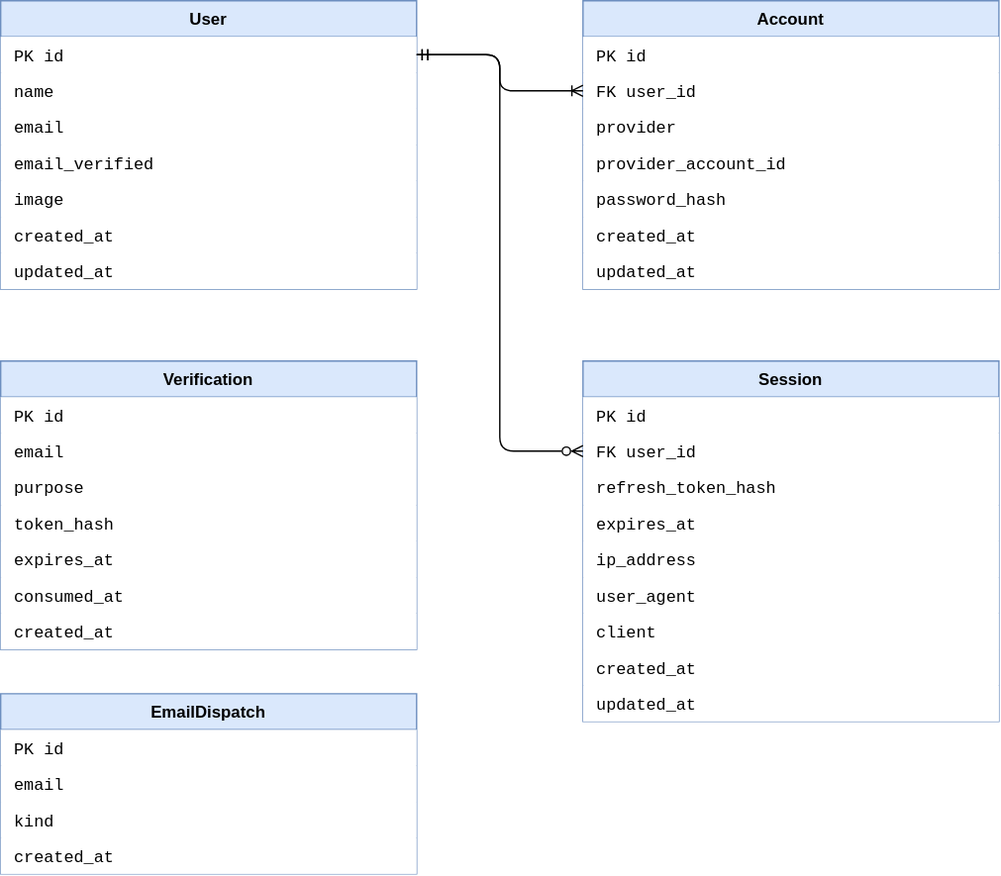
This is docs/data-model/diagrams/logical.drawio.svg from TheoOdawara/clinicore, a draw.io export, as it was before one commit. Source tidied: cells renumbered, new cells last; positions are measured from the earlier drawing's top-left corner, leaving out a move shared by most shapes.
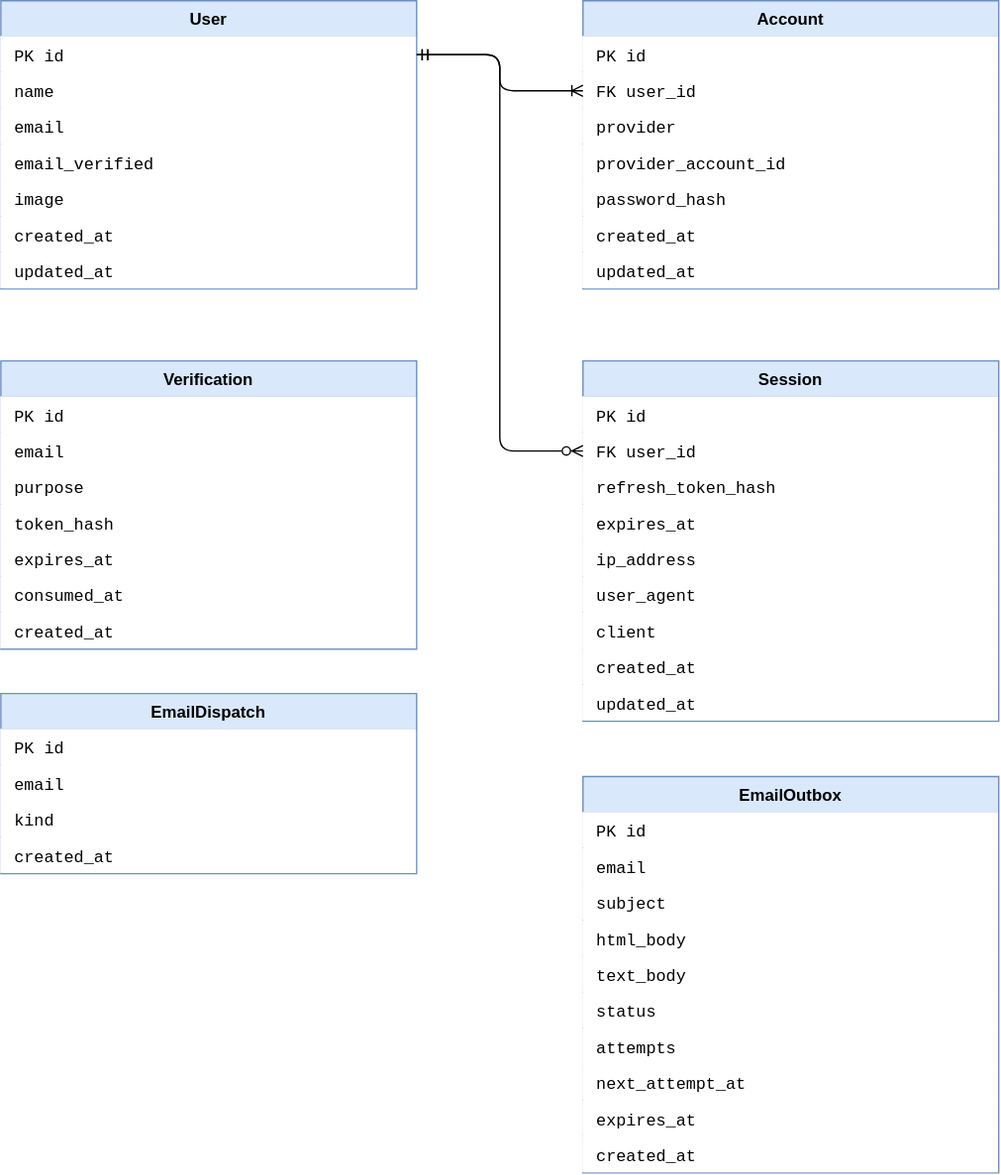
The same file after the commit.

What changed in the source:
```diff
@@ -125,5 +125,38 @@
     <mxCell id="42" style="edgeStyle=orthogonalEdgeStyle;html=0;startArrow=ERmandOne;endArrow=ERzeroToMany;startFill=0;exitX=1;exitY=0.5;exitDx=0;exitDy=0;entryX=0;entryY=0.5;entryDx=0;entryDy=0;endFill=0;strokeColor=#000000;" parent="1" edge="1" source="3" target="20">
       <mxGeometry relative="1" as="geometry" />
     </mxCell>
+    <mxCell id="43" value="EmailOutbox" style="swimlane;fontStyle=1;horizontal=1;startSize=26;html=0;fillColor=#dae8fc;strokeColor=#6c8ebf;fontColor=#000000;" parent="1" vertex="1">
+      <mxGeometry x="420" y="560" width="300" height="286" as="geometry" />
+    </mxCell>
+    <mxCell id="44" value="PK id" style="text;align=left;verticalAlign=middle;spacingLeft=8;html=0;fillColor=#ffffff;strokeColor=none;fontColor=#000000;fontFamily=Courier New;" parent="43" vertex="1">
+      <mxGeometry y="26" width="300" height="26" as="geometry" />
+    </mxCell>
+    <mxCell id="45" value="email" style="text;align=left;verticalAlign=middle;spacingLeft=8;html=0;fillColor=#ffffff;strokeColor=none;fontColor=#000000;fontFamily=Courier New;" parent="43" vertex="1">
+      <mxGeometry y="52" width="300" height="26" as="geometry" />
+    </mxCell>
+    <mxCell id="46" value="subject" style="text;align=left;verticalAlign=middle;spacingLeft=8;html=0;fillColor=#ffffff;strokeColor=none;fontColor=#000000;fontFamily=Courier New;" parent="43" vertex="1">
+      <mxGeometry y="78" width="300" height="26" as="geometry" />
+    </mxCell>
+    <mxCell id="47" value="html_body" style="text;align=left;verticalAlign=middle;spacingLeft=8;html=0;fillColor=#ffffff;strokeColor=none;fontColor=#000000;fontFamily=Courier New;" parent="43" vertex="1">
+      <mxGeometry y="104" width="300" height="26" as="geometry" />
+    </mxCell>
+    <mxCell id="48" value="text_body" style="text;align=left;verticalAlign=middle;spacingLeft=8;html=0;fillColor=#ffffff;strokeColor=none;fontColor=#000000;fontFamily=Courier New;" parent="43" vertex="1">
+      <mxGeometry y="130" width="300" height="26" as="geometry" />
+    </mxCell>
+    <mxCell id="49" value="status" style="text;align=left;verticalAlign=middle;spacingLeft=8;html=0;fillColor=#ffffff;strokeColor=none;fontColor=#000000;fontFamily=Courier New;" parent="43" vertex="1">
+      <mxGeometry y="156" width="300" height="26" as="geometry" />
+    </mxCell>
+    <mxCell id="50" value="attempts" style="text;align=left;verticalAlign=middle;spacingLeft=8;html=0;fillColor=#ffffff;strokeColor=none;fontColor=#000000;fontFamily=Courier New;" parent="43" vertex="1">
+      <mxGeometry y="182" width="300" height="26" as="geometry" />
+    </mxCell>
+    <mxCell id="51" value="next_attempt_at" style="text;align=left;verticalAlign=middle;spacingLeft=8;html=0;fillColor=#ffffff;strokeColor=none;fontColor=#000000;fontFamily=Courier New;" parent="43" vertex="1">
+      <mxGeometry y="208" width="300" height="26" as="geometry" />
+    </mxCell>
+    <mxCell id="52" value="expires_at" style="text;align=left;verticalAlign=middle;spacingLeft=8;html=0;fillColor=#ffffff;strokeColor=none;fontColor=#000000;fontFamily=Courier New;" parent="43" vertex="1">
+      <mxGeometry y="234" width="300" height="26" as="geometry" />
+    </mxCell>
+    <mxCell id="53" value="created_at" style="text;align=left;verticalAlign=middle;spacingLeft=8;html=0;fillColor=#ffffff;strokeColor=none;fontColor=#000000;fontFamily=Courier New;" parent="43" vertex="1">
+      <mxGeometry y="260" width="300" height="26" as="geometry" />
+    </mxCell>
   </root>
 </mxGraphModel>
```
